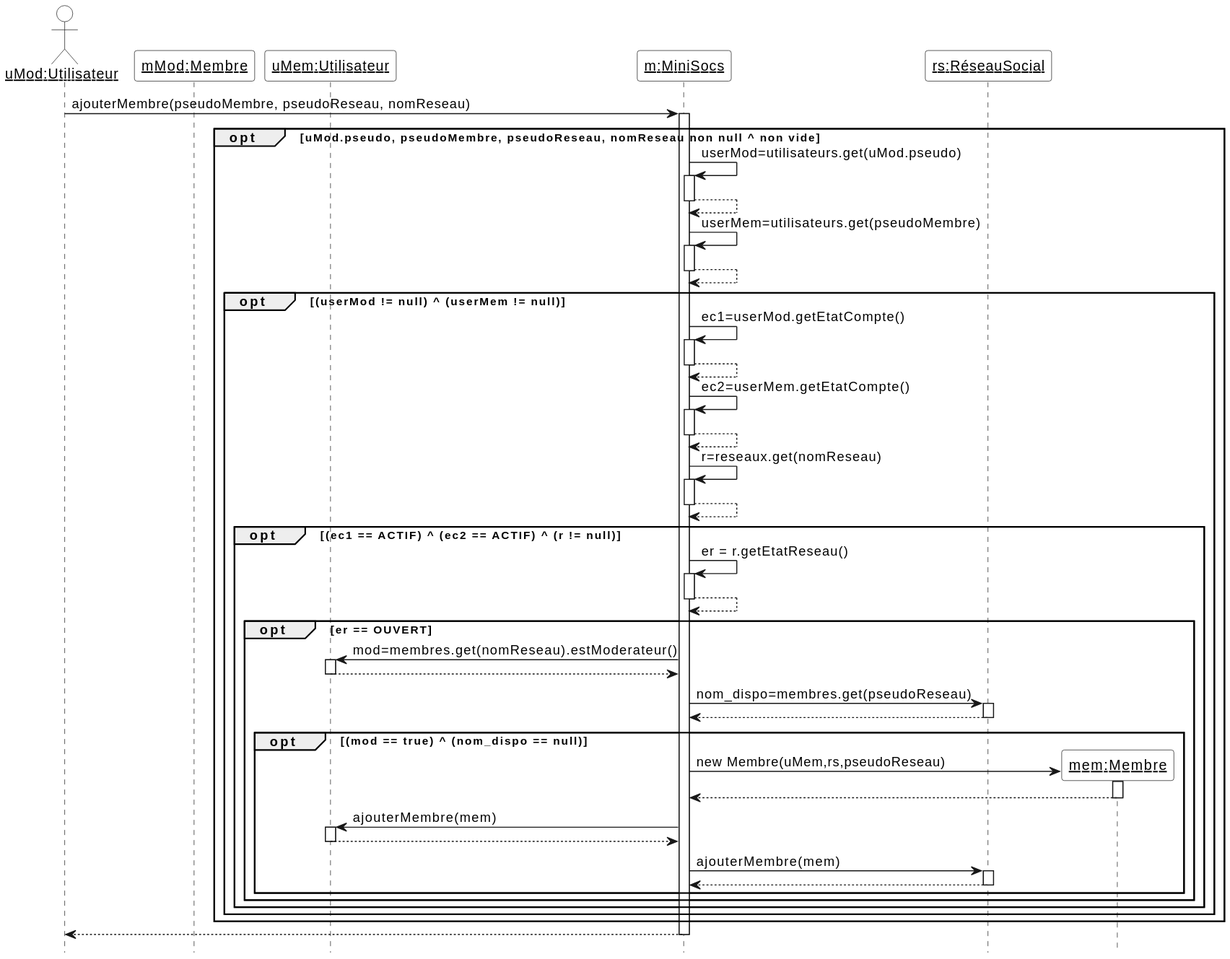
Before: Diagrammes/minisocs_uml_diag_seq_ajouter_membre.svg, a diagram exported from PlantUML (ThELud0/Minisocs).
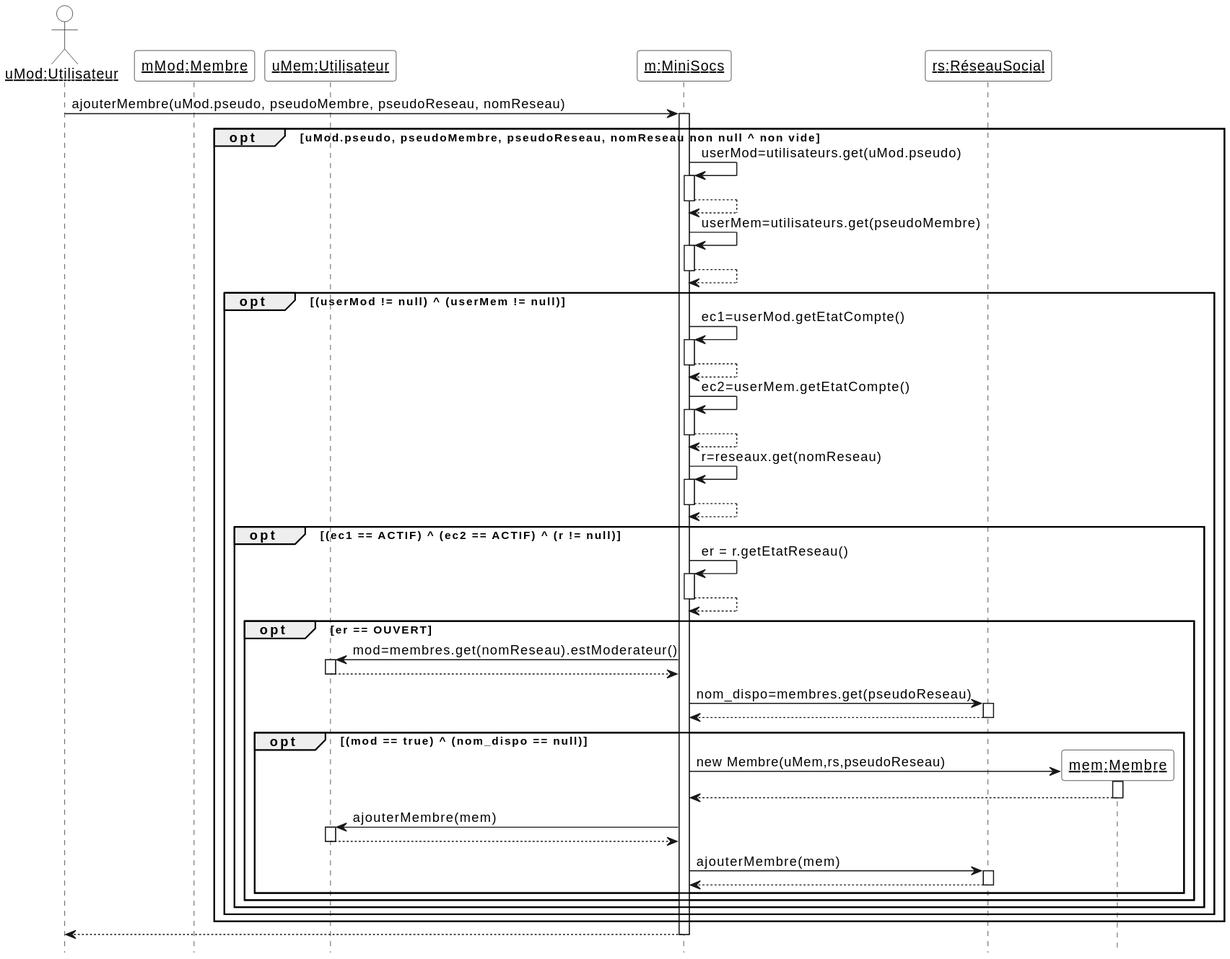
After the commit.

Diff of the diagram source:
```diff
@@ -12,7 +12,7 @@
 participant "__rs:RéseauSocial__" as rs
 
 
-uMod -> m ++ : ajouterMembre(pseudoMembre, pseudoReseau, nomReseau)
+uMod -> m ++ : ajouterMembre(uMod.pseudo, pseudoMembre, pseudoReseau, nomReseau)
 opt uMod.pseudo, pseudoMembre, pseudoReseau, nomReseau non null ^ non vide
 m -> m ++ : userMod=utilisateurs.get(uMod.pseudo)
 return
```
